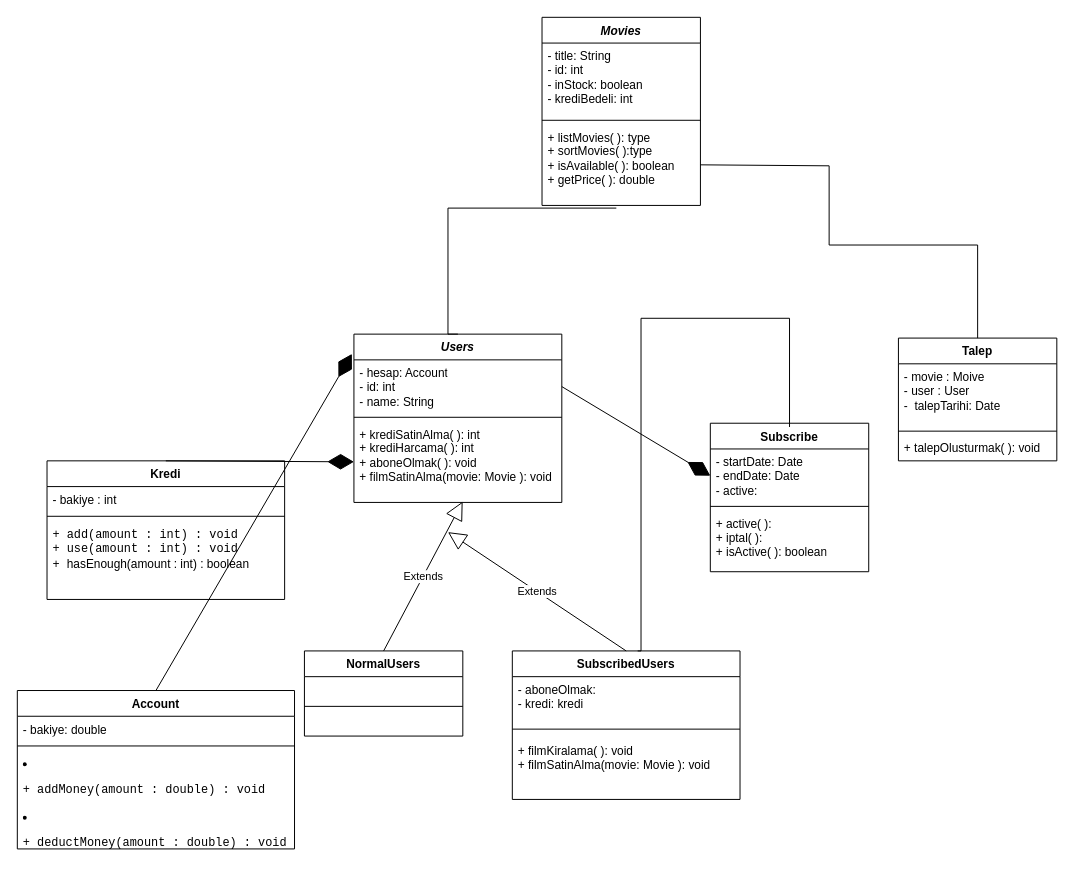
Above: uml/class-diagrams/online-movie-system.drawio in tunisch/object-oriented-programming (draw.io), before the change. Source tidied: cells renumbered, new cells numbered last; positions are measured from the earlier drawing's top-left corner, leaving out a move shared by most shapes. Both pictures are drawn from the tidied source at 99%, with x=0, y=0 at pixel (17, 17).
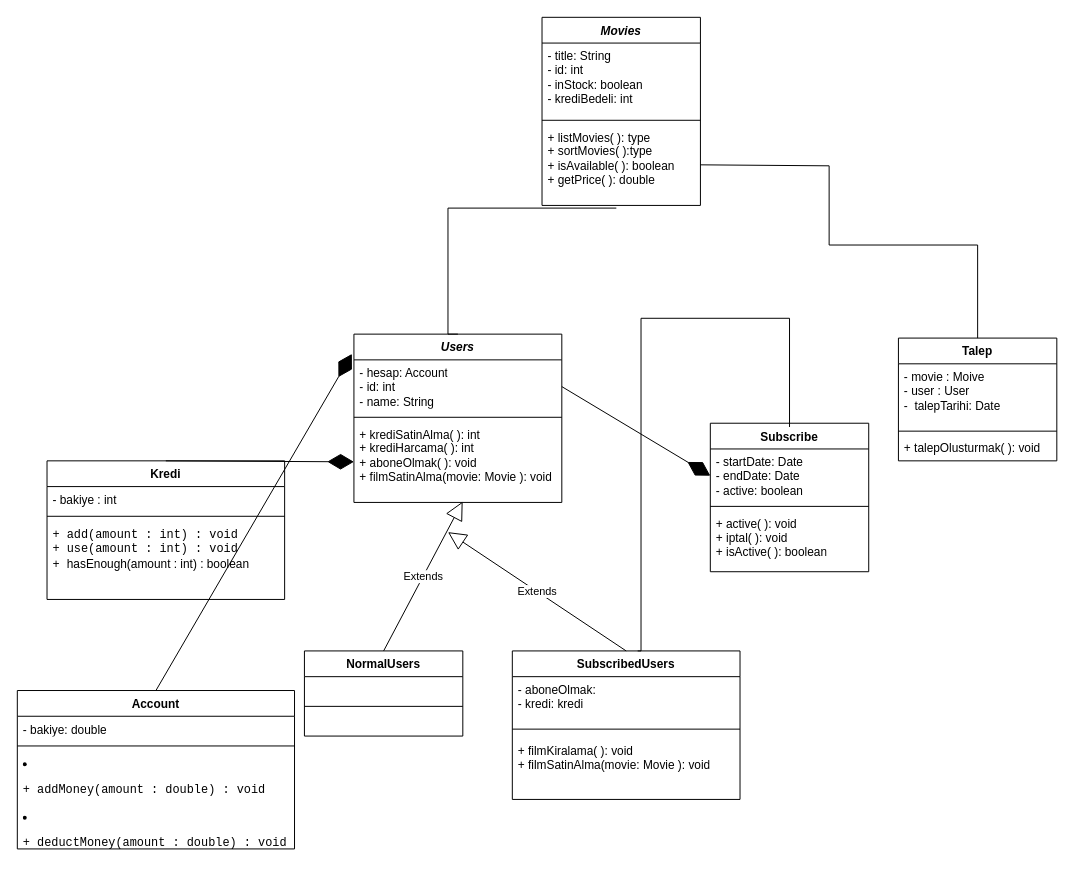
The same diagram, later.

Unchanged cells that the change refers to:
```xml
<mxCell id="6" value="Subscribe" style="swimlane;fontStyle=1;align=center;verticalAlign=top;horizontal=1;startSize=26;whiteSpace=wrap;html=1;" parent="1" vertex="1">
  <mxGeometry x="700" y="410" width="160" height="150" as="geometry" />
</mxCell>
```

Diff of the diagram source:
```diff
@@
-    <mxCell id="7" value="- startDate: Date&lt;div&gt;- endDate: Date&lt;/div&gt;&lt;div&gt;- active:&amp;nbsp;&lt;/div&gt;" style="text;strokeColor=none;fillColor=none;align=left;verticalAlign=top;spacingLeft=4;spacingRight=4;overflow=hidden;points=[[0,0.5],[1,0.5]];portConstraint=eastwest;whiteSpace=wrap;html=1;" parent="6" vertex="1">
+    <mxCell id="7" value="- startDate: Date&lt;div&gt;- endDate: Date&lt;/div&gt;&lt;div&gt;- active: boolean&lt;/div&gt;" style="text;strokeColor=none;fillColor=none;align=left;verticalAlign=top;spacingLeft=4;spacingRight=4;overflow=hidden;points=[[0,0.5],[1,0.5]];portConstraint=eastwest;whiteSpace=wrap;html=1;" parent="6" vertex="1">
       <mxGeometry y="26" width="160" height="54" as="geometry" />
     </mxCell>
@@
-    <mxCell id="9" value="+ active( ):&lt;div&gt;+ iptal( ):&lt;/div&gt;&lt;div&gt;+ isActive( ): boolean&lt;/div&gt;" style="text;strokeColor=none;fillColor=none;align=left;verticalAlign=top;spacingLeft=4;spacingRight=4;overflow=hidden;whiteSpace=wrap;html=1;" parent="6" vertex="1">
+    <mxCell id="9" value="+ active( ): void&lt;div&gt;+ iptal( ): void&lt;/div&gt;&lt;div&gt;+ isActive( ): boolean&lt;/div&gt;" style="text;strokeColor=none;fillColor=none;align=left;verticalAlign=top;spacingLeft=4;spacingRight=4;overflow=hidden;whiteSpace=wrap;html=1;" parent="6" vertex="1">
       <mxGeometry y="88" width="160" height="62" as="geometry" />
     </mxCell>
```
